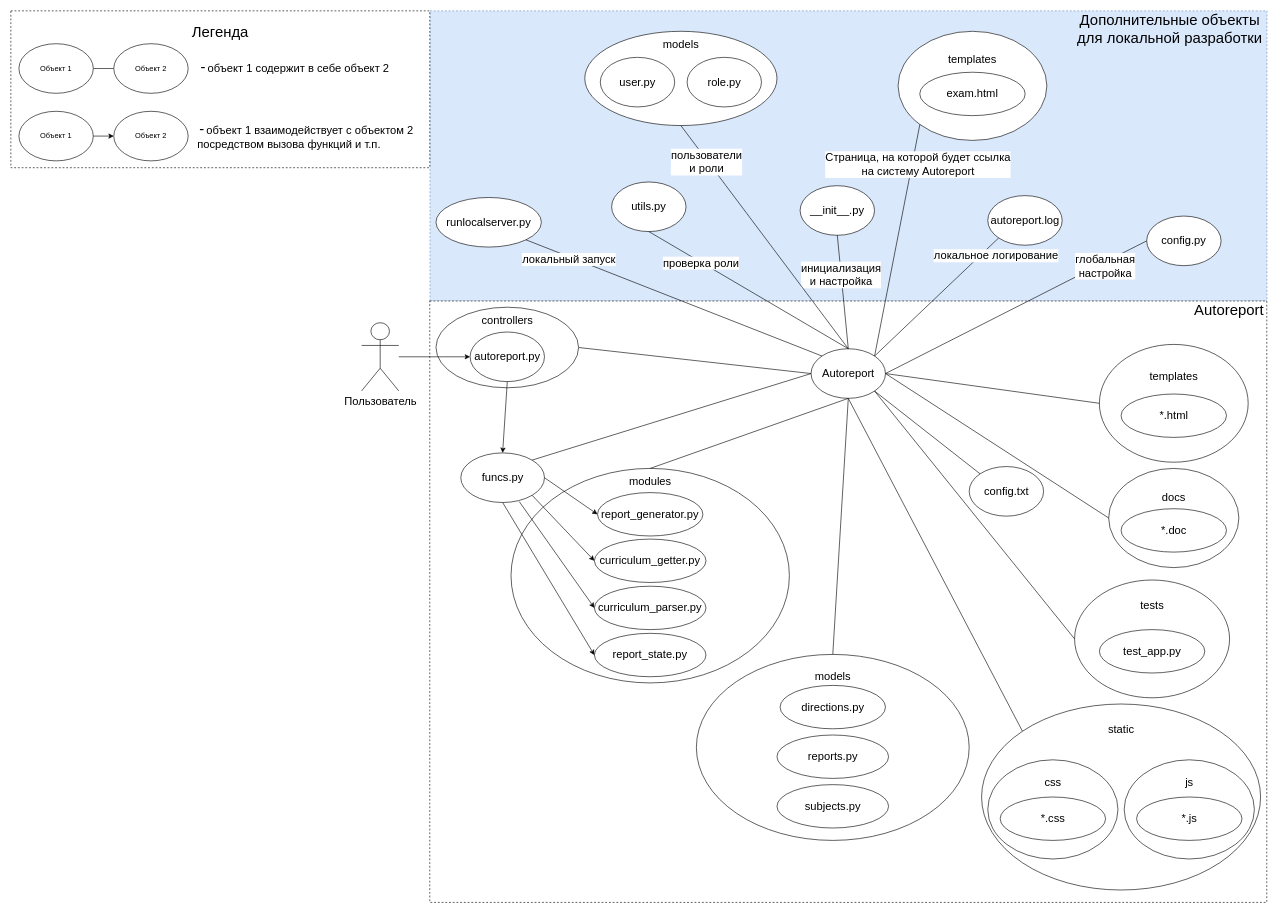
The draw.io diagram sources/Модель проекта архитектуры v4.1.drawio in Autoreport-Dev-Team/autoreport, before the edit. Source tidied: cells renumbered, new cells numbered last; positions are measured from the earlier drawing's top-left corner, leaving out a move shared by most shapes. Both pictures are drawn from the tidied source at 62%, with x=0, y=0 at pixel (11, 11).
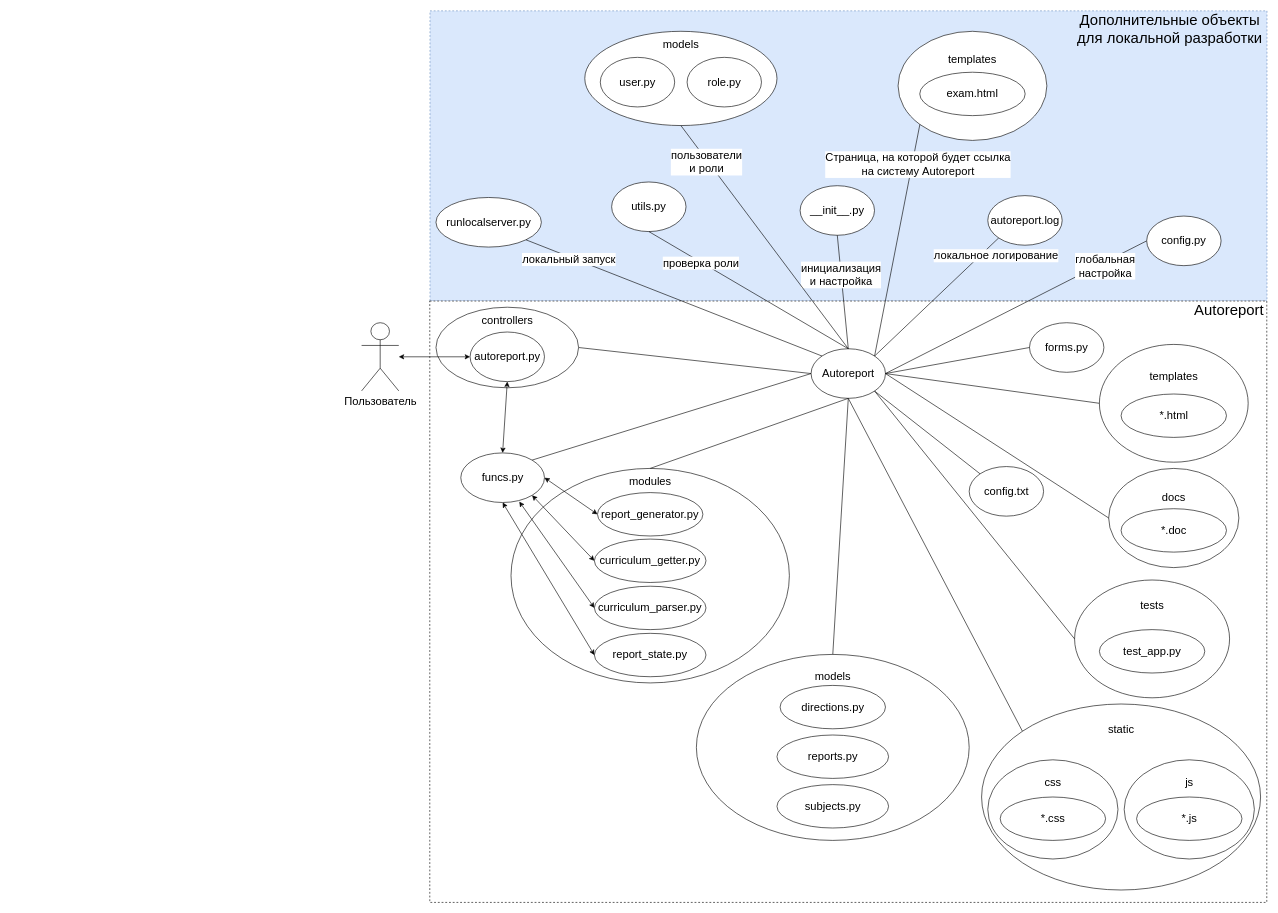
Above is the later version.

The change refers to these unchanged cells:
```xml
<mxCell id="7" value="&lt;font style=&quot;font-size: 18px;&quot;&gt;Autoreport&lt;/font&gt;" style="ellipse;whiteSpace=wrap;html=1;" parent="1" vertex="1">
  <mxGeometry x="1290.7" y="545" width="120" height="80" as="geometry" />
</mxCell>
<mxCell id="11" value="&lt;font style=&quot;font-size: 18px;&quot;&gt;autoreport.py&lt;/font&gt;" style="ellipse;whiteSpace=wrap;html=1;" parent="1" vertex="1">
  <mxGeometry x="740.7" y="518" width="120" height="80" as="geometry" />
</mxCell>
<mxCell id="12" value="&lt;font style=&quot;font-size: 18px;&quot;&gt;funcs.py&lt;/font&gt;" style="ellipse;whiteSpace=wrap;html=1;" parent="1" vertex="1">
  <mxGeometry x="725.7" y="713" width="135" height="80" as="geometry" />
</mxCell>
<mxCell id="24" value="&lt;font style=&quot;font-size: 18px;&quot;&gt;Пользователь&lt;/font&gt;" style="shape=umlActor;verticalLabelPosition=bottom;verticalAlign=top;html=1;outlineConnect=0;" parent="1" vertex="1">
  <mxGeometry x="565.7" y="503" width="60" height="110" as="geometry" />
</mxCell>
<mxCell id="40" value="&lt;font style=&quot;font-size: 18px;&quot;&gt;curriculum_getter.py&lt;/font&gt;" style="ellipse;whiteSpace=wrap;html=1;" parent="1" vertex="1">
  <mxGeometry x="941.2" y="852" width="180" height="70" as="geometry" />
</mxCell>
<mxCell id="41" value="&lt;font style=&quot;font-size: 18px;&quot;&gt;curriculum_parser.py&lt;/font&gt;" style="ellipse;whiteSpace=wrap;html=1;" parent="1" vertex="1">
  <mxGeometry x="941.2" y="928" width="180" height="70" as="geometry" />
</mxCell>
<mxCell id="42" value="&lt;font style=&quot;font-size: 18px;&quot;&gt;report_generator.py&lt;/font&gt;" style="ellipse;whiteSpace=wrap;html=1;" parent="1" vertex="1">
  <mxGeometry x="946.2" y="777" width="170" height="70" as="geometry" />
</mxCell>
<mxCell id="68" value="&lt;font style=&quot;font-size: 18px;&quot;&gt;report_state.py&lt;/font&gt;" style="ellipse;whiteSpace=wrap;html=1;" parent="1" vertex="1">
  <mxGeometry x="941.2" y="1004" width="180" height="70" as="geometry" />
</mxCell>
```

What changed in the source:
```diff
@@
-    <mxCell id="25" style="rounded=0;jettySize=auto;html=1;entryX=0;entryY=0.5;entryDx=0;entryDy=0;startArrow=none;startFill=0;" parent="1" edge="1" source="24" target="11">
+    <mxCell id="25" style="rounded=0;jettySize=auto;html=1;entryX=0;entryY=0.5;entryDx=0;entryDy=0;startArrow=classic;startFill=1;" parent="1" edge="1" source="24" target="11">
       <mxGeometry relative="1" as="geometry" />
     </mxCell>
@@
-    <mxCell id="38" style="rounded=0;jettySize=auto;html=1;exitX=0.5;exitY=1;exitDx=0;exitDy=0;entryX=0.5;entryY=0;entryDx=0;entryDy=0;startArrow=none;startFill=0;" parent="1" edge="1" source="11" target="12">
+    <mxCell id="38" style="rounded=0;jettySize=auto;html=1;exitX=0.5;exitY=1;exitDx=0;exitDy=0;entryX=0.5;entryY=0;entryDx=0;entryDy=0;startArrow=classic;startFill=1;" parent="1" edge="1" source="11" target="12">
       <mxGeometry relative="1" as="geometry" />
     </mxCell>
@@
-    <mxCell id="44" style="rounded=0;jettySize=auto;html=1;exitX=0;exitY=0.5;exitDx=0;exitDy=0;entryX=1;entryY=0.5;entryDx=0;entryDy=0;startArrow=classic;startFill=1;endArrow=none;endFill=0;" parent="1" edge="1" source="42" target="12">
+    <mxCell id="44" style="rounded=0;jettySize=auto;html=1;exitX=0;exitY=0.5;exitDx=0;exitDy=0;entryX=1;entryY=0.5;entryDx=0;entryDy=0;startArrow=classic;startFill=1;" parent="1" edge="1" source="42" target="12">
       <mxGeometry relative="1" as="geometry" />
     </mxCell>
-    <mxCell id="45" style="rounded=0;jettySize=auto;html=1;exitX=0;exitY=0.5;exitDx=0;exitDy=0;entryX=1;entryY=1;entryDx=0;entryDy=0;startArrow=classic;startFill=1;endArrow=none;endFill=0;" parent="1" edge="1" source="40" target="12">
+    <mxCell id="45" style="rounded=0;jettySize=auto;html=1;exitX=0;exitY=0.5;exitDx=0;exitDy=0;entryX=1;entryY=1;entryDx=0;entryDy=0;startArrow=classic;startFill=1;" parent="1" edge="1" source="40" target="12">
       <mxGeometry relative="1" as="geometry" />
     </mxCell>
-    <mxCell id="46" style="rounded=0;jettySize=auto;html=1;exitX=0;exitY=0.5;exitDx=0;exitDy=0;entryX=0.699;entryY=0.982;entryDx=0;entryDy=0;startArrow=classic;startFill=1;entryPerimeter=0;endArrow=none;endFill=0;" parent="1" edge="1" source="41" target="12">
+    <mxCell id="46" style="rounded=0;jettySize=auto;html=1;exitX=0;exitY=0.5;exitDx=0;exitDy=0;entryX=0.699;entryY=0.982;entryDx=0;entryDy=0;startArrow=classic;startFill=1;entryPerimeter=0;" parent="1" edge="1" source="41" target="12">
       <mxGeometry relative="1" as="geometry" />
     </mxCell>
@@
-    <mxCell id="69" style="rounded=0;jettySize=auto;html=1;exitX=0;exitY=0.5;exitDx=0;exitDy=0;entryX=0.5;entryY=1;entryDx=0;entryDy=0;startArrow=classic;startFill=1;endArrow=none;endFill=0;" parent="1" edge="1" source="68" target="12">
+    <mxCell id="69" style="rounded=0;jettySize=auto;html=1;exitX=0;exitY=0.5;exitDx=0;exitDy=0;entryX=0.5;entryY=1;entryDx=0;entryDy=0;startArrow=classic;startFill=1;" parent="1" edge="1" source="68" target="12">
       <mxGeometry relative="1" as="geometry" />
     </mxCell>
@@
-    <mxCell id="71" value="&lt;div&gt;&lt;font style=&quot;font-size: 24px;&quot;&gt;Легенда&lt;/font&gt;&lt;/div&gt;&lt;div&gt;&lt;font style=&quot;font-size: 24px;&quot;&gt;&lt;br&gt;&lt;/font&gt;&lt;/div&gt;&lt;div&gt;&lt;font style=&quot;font-size: 24px;&quot;&gt;&lt;br&gt;&lt;/font&gt;&lt;/div&gt;&lt;div&gt;&lt;font style=&quot;font-size: 24px;&quot;&gt;&lt;br&gt;&lt;/font&gt;&lt;/div&gt;&lt;div&gt;&lt;font style=&quot;font-size: 24px;&quot;&gt;&lt;br&gt;&lt;/font&gt;&lt;/div&gt;&lt;div&gt;&lt;br&gt;&lt;/div&gt;&lt;div&gt;&lt;br&gt;&lt;/div&gt;&lt;div&gt;&lt;br&gt;&lt;/div&gt;&lt;div&gt;&lt;br&gt;&lt;/div&gt;&lt;div&gt;&lt;br&gt;&lt;/div&gt;" style="rounded=0;whiteSpace=wrap;html=1;dashed=1;" parent="1" vertex="1">
-      <mxGeometry width="675.7" height="253" as="geometry" />
-    </mxCell>
-    <mxCell id="72" style="endArrow=none;html=1;rounded=0;exitX=1;exitY=0.5;exitDx=0;exitDy=0;entryX=0;entryY=0.5;entryDx=0;entryDy=0;" parent="1" edge="1" source="73" target="74">
-      <mxGeometry relative="1" as="geometry" />
-    </mxCell>
-    <mxCell id="73" value="Объект 1" style="ellipse;whiteSpace=wrap;html=1;" parent="1" vertex="1">
-      <mxGeometry x="13" y="53" width="120" height="80" as="geometry" />
-    </mxCell>
-    <mxCell id="74" value="Объект 2" style="ellipse;whiteSpace=wrap;html=1;" parent="1" vertex="1">
-      <mxGeometry x="166" y="53" width="120" height="80" as="geometry" />
-    </mxCell>
-    <mxCell id="75" value="&lt;div align=&quot;left&quot;&gt;&amp;nbsp;&lt;font style=&quot;font-size: 24px;&quot;&gt;-&lt;/font&gt; &lt;font style=&quot;font-size: 18px;&quot;&gt;объект 1 содержит в себе объект 2&lt;/font&gt;&lt;/div&gt;" style="text;html=1;strokeColor=none;fillColor=none;align=left;verticalAlign=middle;whiteSpace=wrap;rounded=0;" parent="1" vertex="1">
-      <mxGeometry x="301" y="48" width="363" height="85" as="geometry" />
-    </mxCell>
-    <mxCell id="76" style="endArrow=classic;html=1;rounded=0;exitX=1;exitY=0.5;exitDx=0;exitDy=0;entryX=0;entryY=0.5;entryDx=0;entryDy=0;startArrow=none;startFill=0;endFill=1;" parent="1" edge="1" source="77" target="78">
-      <mxGeometry relative="1" as="geometry" />
-    </mxCell>
-    <mxCell id="77" value="Объект 1" style="ellipse;whiteSpace=wrap;html=1;" parent="1" vertex="1">
-      <mxGeometry x="13" y="162" width="120" height="80" as="geometry" />
-    </mxCell>
-    <mxCell id="78" value="Объект 2" style="ellipse;whiteSpace=wrap;html=1;" parent="1" vertex="1">
-      <mxGeometry x="166" y="162" width="120" height="80" as="geometry" />
-    </mxCell>
-    <mxCell id="79" value="&lt;div align=&quot;left&quot;&gt;&amp;nbsp;&lt;font style=&quot;font-size: 24px;&quot;&gt;-&lt;/font&gt; &lt;font style=&quot;font-size: 18px;&quot;&gt;объект 1 взаимодействует с объектом 2 посредством вызова функций и т.п.&lt;br&gt;&lt;/font&gt;&lt;/div&gt;" style="text;html=1;strokeColor=none;fillColor=none;align=left;verticalAlign=middle;whiteSpace=wrap;rounded=0;" parent="1" vertex="1">
-      <mxGeometry x="299" y="159.5" width="365" height="85" as="geometry" />
-    </mxCell>
+    <mxCell id="80" value="&lt;font style=&quot;font-size: 18px;&quot;&gt;forms.py&lt;/font&gt;" style="ellipse;whiteSpace=wrap;html=1;" parent="1" vertex="1">
+      <mxGeometry x="1643" y="503" width="120" height="80" as="geometry" />
+    </mxCell>
+    <mxCell id="81" style="rounded=0;jettySize=auto;html=1;exitX=1;exitY=0.5;exitDx=0;exitDy=0;entryX=0;entryY=0.5;entryDx=0;entryDy=0;endArrow=none;endFill=0;" parent="1" edge="1" source="7" target="80">
+      <mxGeometry relative="1" as="geometry" />
+    </mxCell>
```
